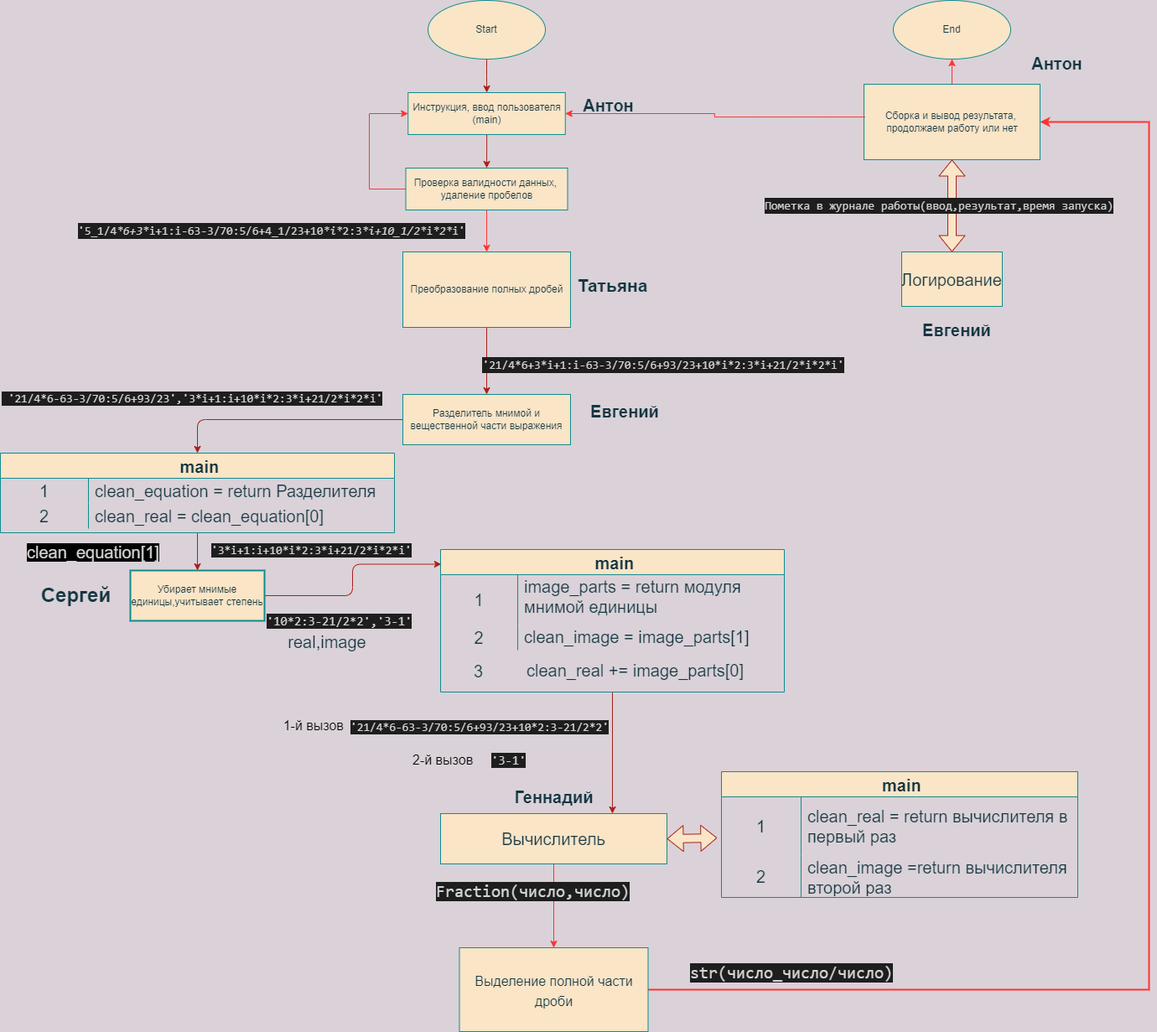
Before: calculator/Meeting3.png, a diagram exported from draw.io (ImyaKhoroshee/Study_Projects_Echo). Source tidied: cells renumbered, new cells last; positions are measured from the earlier drawing's top-left corner, leaving out a move shared by most shapes.
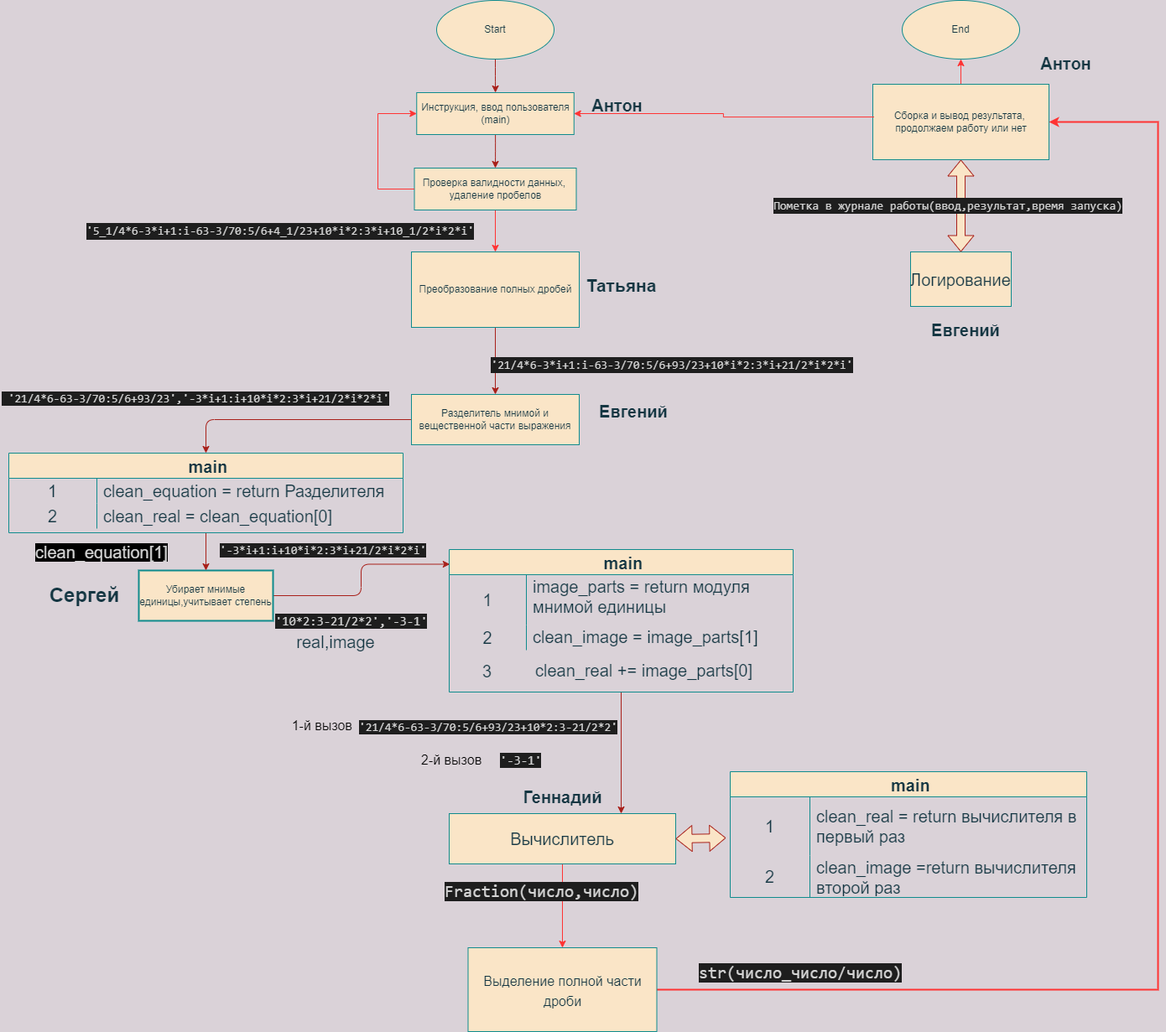
The same file after the commit.

Diff of the diagram source:
```diff
@@ -35,8 +35,8 @@
     <mxCell id="12" value="Убирает мнимые единицы,учитывает степень" style="rounded=0;whiteSpace=wrap;html=1;sketch=0;fontColor=#143642;strokeColor=#0F8B8D;fillColor=#FAE5C7;strokeWidth=2;" parent="1" vertex="1">
       <mxGeometry x="155" y="680" width="160" height="60" as="geometry" />
     </mxCell>
-    <mxCell id="13" value="&lt;font style=&quot;font-size: 14px&quot;&gt;&lt;span style=&quot;color: rgb(212 , 212 , 212) ; font-family: &amp;#34;consolas&amp;#34; , &amp;#34;courier new&amp;#34; , monospace ; font-weight: 400 ; letter-spacing: normal ; text-align: center ; text-indent: 0px ; text-transform: none ; word-spacing: 0px ; background-color: rgb(30 , 30 , 30) ; float: none ; display: inline&quot;&gt;&lt;font style=&quot;font-size: 14px&quot;&gt;&amp;nbsp;'21/4*6-63-3/70:5/6+93/23','3*i+1:i+&lt;/font&gt;&lt;/span&gt;&lt;span style=&quot;color: rgb(212 , 212 , 212) ; font-family: &amp;#34;consolas&amp;#34; , &amp;#34;courier new&amp;#34; , monospace ; text-align: center ; background-color: rgb(30 , 30 , 30)&quot;&gt;&lt;font style=&quot;font-size: 14px&quot;&gt;10*i*&lt;/font&gt;&lt;/span&gt;&lt;span style=&quot;color: rgb(212 , 212 , 212) ; font-family: &amp;#34;consolas&amp;#34; , &amp;#34;courier new&amp;#34; , monospace ; text-align: center ; background-color: rgb(30 , 30 , 30)&quot;&gt;2:3*i+21/2*i*2*i'&lt;/span&gt;&lt;/font&gt;" style="text;whiteSpace=wrap;html=1;fontColor=#143642;" parent="1" vertex="1">
-      <mxGeometry y="460" width="460" height="60" as="geometry" />
+    <mxCell id="13" value="&lt;font style=&quot;font-size: 14px&quot;&gt;&lt;span style=&quot;color: rgb(212 , 212 , 212) ; font-family: &amp;#34;consolas&amp;#34; , &amp;#34;courier new&amp;#34; , monospace ; font-weight: 400 ; letter-spacing: normal ; text-align: center ; text-indent: 0px ; text-transform: none ; word-spacing: 0px ; background-color: rgb(30 , 30 , 30) ; float: none ; display: inline&quot;&gt;&lt;font style=&quot;font-size: 14px&quot;&gt;&amp;nbsp;'21/4*6-63-3/70:5/6+93/23','-3*i+1:i+&lt;/font&gt;&lt;/span&gt;&lt;span style=&quot;color: rgb(212 , 212 , 212) ; font-family: &amp;#34;consolas&amp;#34; , &amp;#34;courier new&amp;#34; , monospace ; text-align: center ; background-color: rgb(30 , 30 , 30)&quot;&gt;&lt;font style=&quot;font-size: 14px&quot;&gt;10*i*&lt;/font&gt;&lt;/span&gt;&lt;span style=&quot;color: rgb(212 , 212 , 212) ; font-family: &amp;#34;consolas&amp;#34; , &amp;#34;courier new&amp;#34; , monospace ; text-align: center ; background-color: rgb(30 , 30 , 30)&quot;&gt;2:3*i+21/2*i*2*i'&lt;/span&gt;&lt;/font&gt;" style="text;whiteSpace=wrap;html=1;fontColor=#143642;" parent="1" vertex="1">
+      <mxGeometry x="-10" y="460" width="480" height="60" as="geometry" />
     </mxCell>
     <mxCell id="14" style="edgeStyle=orthogonalEdgeStyle;rounded=0;jettySize=auto;html=1;fontSize=21;fontColor=#000000;strokeColor=#FF3333;entryX=1;entryY=0.5;entryDx=0;entryDy=0;strokeWidth=2;" parent="1" edge="1" source="15" target="64">
       <mxGeometry relative="1" as="geometry">
@@ -58,7 +58,7 @@
     <mxCell id="18" value="Вычислитель" style="rounded=0;whiteSpace=wrap;html=1;sketch=0;fontSize=20;fontColor=#143642;strokeColor=#0F8B8D;fillColor=#FAE5C7;" parent="1" vertex="1">
       <mxGeometry x="525" y="970" width="270" height="60" as="geometry" />
     </mxCell>
-    <mxCell id="19" value="&lt;span style=&quot;font-size: 14px ; color: rgb(212 , 212 , 212) ; font-family: &amp;#34;consolas&amp;#34; , &amp;#34;courier new&amp;#34; , monospace ; text-align: center ; background-color: rgb(30 , 30 , 30)&quot;&gt;'3*i+1:i+&lt;/span&gt;&lt;span style=&quot;font-size: 14px ; color: rgb(212 , 212 , 212) ; font-family: &amp;#34;consolas&amp;#34; , &amp;#34;courier new&amp;#34; , monospace ; text-align: center ; background-color: rgb(30 , 30 , 30)&quot;&gt;10*i*&lt;/span&gt;&lt;span style=&quot;font-size: 14px ; color: rgb(212 , 212 , 212) ; font-family: &amp;#34;consolas&amp;#34; , &amp;#34;courier new&amp;#34; , monospace ; text-align: center ; background-color: rgb(30 , 30 , 30)&quot;&gt;2:3*i+21/2*i*2*i'&lt;/span&gt;" style="text;whiteSpace=wrap;html=1;fontSize=20;fontColor=#143642;" parent="1" vertex="1">
+    <mxCell id="19" value="&lt;span style=&quot;font-size: 14px ; color: rgb(212 , 212 , 212) ; font-family: &amp;#34;consolas&amp;#34; , &amp;#34;courier new&amp;#34; , monospace ; text-align: center ; background-color: rgb(30 , 30 , 30)&quot;&gt;'-3*i+1:i+&lt;/span&gt;&lt;span style=&quot;font-size: 14px ; color: rgb(212 , 212 , 212) ; font-family: &amp;#34;consolas&amp;#34; , &amp;#34;courier new&amp;#34; , monospace ; text-align: center ; background-color: rgb(30 , 30 , 30)&quot;&gt;10*i*&lt;/span&gt;&lt;span style=&quot;font-size: 14px ; color: rgb(212 , 212 , 212) ; font-family: &amp;#34;consolas&amp;#34; , &amp;#34;courier new&amp;#34; , monospace ; text-align: center ; background-color: rgb(30 , 30 , 30)&quot;&gt;2:3*i+21/2*i*2*i'&lt;/span&gt;" style="text;whiteSpace=wrap;html=1;fontSize=20;fontColor=#143642;" parent="1" vertex="1">
       <mxGeometry x="250" y="635" width="180" height="40" as="geometry" />
     </mxCell>
     <mxCell id="20" value="&lt;b&gt;Геннадий&lt;/b&gt;" style="text;html=1;align=center;verticalAlign=middle;strokeColor=none;fillColor=none;fontSize=20;fontColor=#143642;" parent="1" vertex="1">
@@ -79,7 +79,7 @@
     <mxCell id="25" value="Сергей" style="text;strokeColor=none;fillColor=none;html=1;fontSize=24;fontStyle=1;verticalAlign=middle;align=center;rounded=0;sketch=0;fontColor=#143642;" parent="1" vertex="1">
       <mxGeometry x="40" y="690" width="100" height="40" as="geometry" />
     </mxCell>
-    <mxCell id="26" value="&lt;font style=&quot;font-size: 15px&quot;&gt;&lt;span style=&quot;color: rgb(212 , 212 , 212) ; font-family: &amp;#34;consolas&amp;#34; , &amp;#34;courier new&amp;#34; , monospace ; font-style: normal ; font-weight: 400 ; letter-spacing: normal ; text-align: center ; text-indent: 0px ; text-transform: none ; word-spacing: 0px ; background-color: rgb(30 , 30 , 30) ; float: none ; display: inline&quot;&gt;'10*2:3-21/2*2','&lt;/span&gt;&lt;span style=&quot;color: rgb(212 , 212 , 212) ; font-family: &amp;#34;consolas&amp;#34; , &amp;#34;courier new&amp;#34; , monospace ; text-align: center ; background-color: rgb(30 , 30 , 30)&quot;&gt;3-1'&lt;/span&gt;&lt;/font&gt;" style="text;whiteSpace=wrap;html=1;fontSize=20;fontColor=#143642;" parent="1" vertex="1">
+    <mxCell id="26" value="&lt;font style=&quot;font-size: 15px&quot;&gt;&lt;span style=&quot;color: rgb(212 , 212 , 212) ; font-family: &amp;#34;consolas&amp;#34; , &amp;#34;courier new&amp;#34; , monospace ; font-style: normal ; font-weight: 400 ; letter-spacing: normal ; text-align: center ; text-indent: 0px ; text-transform: none ; word-spacing: 0px ; background-color: rgb(30 , 30 , 30) ; float: none ; display: inline&quot;&gt;'10*2:3-21/2*2','-&lt;/span&gt;&lt;span style=&quot;color: rgb(212 , 212 , 212) ; font-family: &amp;#34;consolas&amp;#34; , &amp;#34;courier new&amp;#34; , monospace ; text-align: center ; background-color: rgb(30 , 30 , 30)&quot;&gt;3-1'&lt;/span&gt;&lt;/font&gt;" style="text;whiteSpace=wrap;html=1;fontSize=20;fontColor=#143642;" parent="1" vertex="1">
       <mxGeometry x="316" y="720" width="205" height="40" as="geometry" />
     </mxCell>
     <mxCell id="27" value="real,image" style="text;html=1;strokeColor=none;fillColor=none;align=center;verticalAlign=middle;whiteSpace=wrap;rounded=0;sketch=0;fontSize=20;fontColor=#143642;" parent="1" vertex="1">
@@ -171,10 +171,10 @@
     <mxCell id="55" value="Проверка валидности данных, &lt;br&gt;удаление пробелов" style="html=1;rounded=0;sketch=0;fontColor=#143642;strokeColor=#0F8B8D;fillColor=#FAE5C7;" parent="1" vertex="1">
       <mxGeometry x="483.5" y="200" width="193" height="50" as="geometry" />
     </mxCell>
-    <mxCell id="56" value="&lt;div style=&quot;color: rgb(212 , 212 , 212) ; background-color: rgb(30 , 30 , 30) ; font-family: &amp;#34;consolas&amp;#34; , &amp;#34;courier new&amp;#34; , monospace ; font-size: 14px ; line-height: 19px&quot;&gt;&lt;div style=&quot;line-height: 19px&quot;&gt;'21/4*6+3*i+1:i-63-3/70:5/6+93/23+10*i*2:3*i+21/2*i*2*i'&lt;/div&gt;&lt;/div&gt;" style="text;html=1;strokeColor=none;fillColor=none;align=center;verticalAlign=middle;whiteSpace=wrap;rounded=0;sketch=0;fontColor=#143642;" parent="1" vertex="1">
+    <mxCell id="56" value="&lt;div style=&quot;color: rgb(212 , 212 , 212) ; background-color: rgb(30 , 30 , 30) ; font-family: &amp;#34;consolas&amp;#34; , &amp;#34;courier new&amp;#34; , monospace ; font-size: 14px ; line-height: 19px&quot;&gt;&lt;div style=&quot;line-height: 19px&quot;&gt;'21/4*6-3*i+1:i-63-3/70:5/6+93/23+10*i*2:3*i+21/2*i*2*i'&lt;/div&gt;&lt;/div&gt;" style="text;html=1;strokeColor=none;fillColor=none;align=center;verticalAlign=middle;whiteSpace=wrap;rounded=0;sketch=0;fontColor=#143642;" parent="1" vertex="1">
       <mxGeometry x="560.5" y="420" width="460" height="30" as="geometry" />
     </mxCell>
-    <mxCell id="57" value="&lt;font style=&quot;font-size: 15px;&quot;&gt;&lt;span style=&quot;font-style: normal; font-variant-ligatures: normal; font-variant-caps: normal; font-weight: 400; letter-spacing: normal; orphans: 2; text-indent: 0px; text-transform: none; widows: 2; word-spacing: 0px; -webkit-text-stroke-width: 0px; text-decoration-thickness: initial; text-decoration-style: initial; text-decoration-color: initial; color: rgb(212, 212, 212); font-family: Consolas, &amp;quot;Courier New&amp;quot;, monospace; text-align: center; background-color: rgb(30, 30, 30); float: none; display: inline !important;&quot;&gt;'&lt;/span&gt;&lt;span style=&quot;font-style: normal; font-variant-ligatures: normal; font-variant-caps: normal; font-weight: 400; letter-spacing: normal; orphans: 2; text-indent: 0px; text-transform: none; widows: 2; word-spacing: 0px; -webkit-text-stroke-width: 0px; text-decoration-thickness: initial; text-decoration-style: initial; text-decoration-color: initial; color: rgb(212, 212, 212); font-family: Consolas, &amp;quot;Courier New&amp;quot;, monospace; text-align: center; background-color: rgb(30, 30, 30);&quot;&gt;3-1'&lt;/span&gt;&lt;/font&gt;" style="text;whiteSpace=wrap;html=1;fontSize=16;fontColor=#D4D4D4;" parent="1" vertex="1">
+    <mxCell id="57" value="&lt;font style=&quot;font-size: 15px&quot;&gt;&lt;span style=&quot;font-style: normal ; font-weight: 400 ; letter-spacing: normal ; text-indent: 0px ; text-transform: none ; word-spacing: 0px ; color: rgb(212 , 212 , 212) ; font-family: &amp;#34;consolas&amp;#34; , &amp;#34;courier new&amp;#34; , monospace ; text-align: center ; background-color: rgb(30 , 30 , 30) ; float: none ; display: inline&quot;&gt;'-&lt;/span&gt;&lt;span style=&quot;font-style: normal ; font-weight: 400 ; letter-spacing: normal ; text-indent: 0px ; text-transform: none ; word-spacing: 0px ; color: rgb(212 , 212 , 212) ; font-family: &amp;#34;consolas&amp;#34; , &amp;#34;courier new&amp;#34; , monospace ; text-align: center ; background-color: rgb(30 , 30 , 30)&quot;&gt;3-1'&lt;/span&gt;&lt;/font&gt;" style="text;whiteSpace=wrap;html=1;fontSize=16;fontColor=#D4D4D4;" parent="1" vertex="1">
       <mxGeometry x="583.5" y="890" width="70" height="30" as="geometry" />
     </mxCell>
     <mxCell id="58" value="1-й вызов&amp;nbsp;" style="text;html=1;strokeColor=none;fillColor=none;align=center;verticalAlign=middle;whiteSpace=wrap;rounded=0;labelBackgroundColor=none;fontSize=16;fontColor=#000000;" parent="1" vertex="1">
@@ -221,7 +221,7 @@
     <mxCell id="70" value="&lt;b&gt;Евгений&lt;/b&gt;" style="text;html=1;strokeColor=none;fillColor=none;align=center;verticalAlign=middle;whiteSpace=wrap;rounded=0;sketch=0;fontSize=20;fontColor=#143642;" parent="1" vertex="1">
       <mxGeometry x="1081" y="380" width="120" height="25" as="geometry" />
     </mxCell>
-    <mxCell id="71" value="&lt;br&gt;&lt;br&gt;&lt;div style=&quot;color: rgb(212 , 212 , 212) ; background-color: rgb(30 , 30 , 30) ; font-family: &amp;#34;consolas&amp;#34; , &amp;#34;courier new&amp;#34; , monospace ; font-weight: normal ; font-size: 14px ; line-height: 19px&quot;&gt;&lt;div&gt;&lt;span style=&quot;color: #d4d4d4&quot;&gt;'5_1/4&lt;/span&gt;&lt;span style=&quot;color: #d4d4d4 ; font-style: italic&quot;&gt;*6+3*&lt;/span&gt;&lt;span style=&quot;color: #d4d4d4&quot;&gt;i+1:i-63-3/70:5/6+4_1/23+10&lt;/span&gt;&lt;span style=&quot;color: #d4d4d4 ; font-style: italic&quot;&gt;*i*&lt;/span&gt;&lt;span style=&quot;color: #d4d4d4&quot;&gt;2:3&lt;/span&gt;&lt;span style=&quot;color: #d4d4d4 ; font-style: italic&quot;&gt;*i+10_1/2*&lt;/span&gt;&lt;span style=&quot;color: #d4d4d4&quot;&gt;i&lt;/span&gt;&lt;span style=&quot;color: #d4d4d4 ; font-style: italic&quot;&gt;*2*&lt;/span&gt;&lt;span style=&quot;color: #d4d4d4&quot;&gt;i'&lt;/span&gt;&lt;/div&gt;&lt;/div&gt;&lt;br&gt;" style="text;whiteSpace=wrap;html=1;" parent="1" vertex="1">
+    <mxCell id="71" value="&lt;br&gt;&lt;br&gt;&lt;div style=&quot;background-color: rgb(30 , 30 , 30) ; line-height: 19px&quot;&gt;&lt;div&gt;&lt;span style=&quot;color: rgb(212 , 212 , 212) ; font-family: &amp;#34;consolas&amp;#34; , &amp;#34;courier new&amp;#34; , monospace ; font-size: 14px ; font-weight: normal&quot;&gt;'&lt;/span&gt;&lt;font color=&quot;#d4d4d4&quot; face=&quot;consolas, courier new, monospace&quot;&gt;&lt;span style=&quot;font-size: 14px&quot;&gt;5_1/4*6-3*i+1:i-63-3/70:5/6+4_1/23+10*i*2:3*i+10_1/2*i*2*i'&lt;/span&gt;&lt;/font&gt;&lt;/div&gt;&lt;/div&gt;" style="text;whiteSpace=wrap;html=1;" parent="1" vertex="1">
       <mxGeometry x="90.5" y="230" width="470" height="30" as="geometry" />
     </mxCell>
   </root>
```
